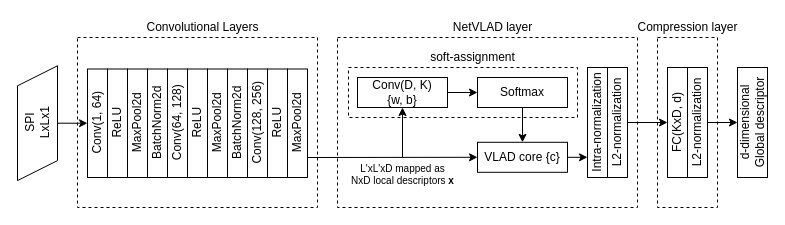
The draw.io diagram Untitled Diagram.drawio in li-yanhao/large-scale-pointcloud-matching, before the edit. Source tidied: cells renumbered, new cells numbered last; positions are measured from the earlier drawing's top-left corner, leaving out a move shared by most shapes. Both pictures are drawn from the tidied source at 100%, with x=0, y=0 at pixel (17, 17).
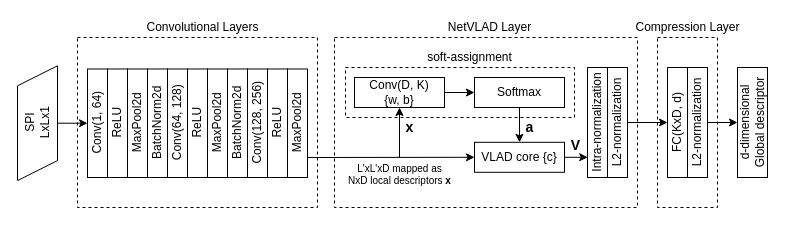
Above is the later version.

The change refers to these unchanged cells:
```xml
<mxCell id="31" value="Intra-normalization" style="rounded=0;whiteSpace=wrap;html=1;fillColor=none;fontColor=none;horizontal=0;" parent="1" vertex="1">
  <mxGeometry x="570" y="50" width="20" height="110" as="geometry" />
</mxCell>
```

The edit, as a diff of the source:
```diff
@@
     <mxCell id="2" style="rounded=0;whiteSpace=wrap;html=1;noLabel=1;fontColor=none;fillColor=none;dashed=1;" parent="1" vertex="1">
-      <mxGeometry x="320" y="20" width="300" height="170" as="geometry" />
+      <mxGeometry x="317" y="20" width="303" height="170" as="geometry" />
     </mxCell>
@@
     <mxCell id="4" style="rounded=0;whiteSpace=wrap;html=1;noLabel=1;fontColor=none;fillColor=none;dashed=1;" parent="1" vertex="1">
-      <mxGeometry x="331" y="50" width="229" height="50" as="geometry" />
+      <mxGeometry x="328" y="50" width="229" height="50" as="geometry" />
     </mxCell>
@@
     <mxCell id="20" style="endArrow=classic;html=1;entryX=0.5;entryY=1;entryDx=0;entryDy=0;" parent="1" edge="1" target="22">
       <mxGeometry relative="1" as="geometry">
-        <mxPoint x="385" y="140" as="sourcePoint" />
+        <mxPoint x="382" y="140" as="sourcePoint" />
       </mxGeometry>
     </mxCell>
@@
     <mxCell id="22" value="Conv(D, K)&lt;br&gt;{w, b}" style="rounded=0;whiteSpace=wrap;html=1;fillColor=none;fontColor=none;" parent="1" vertex="1">
-      <mxGeometry x="340" y="60" width="90" height="30" as="geometry" />
+      <mxGeometry x="337" y="60" width="90" height="30" as="geometry" />
     </mxCell>
     <mxCell id="23" value="Softmax" style="rounded=0;whiteSpace=wrap;html=1;fillColor=none;fontColor=none;" parent="1" vertex="1">
-      <mxGeometry x="460" y="60" width="90" height="30" as="geometry" />
+      <mxGeometry x="457" y="60" width="90" height="30" as="geometry" />
     </mxCell>
-    <mxCell id="24" value="NetVLAD layer" style="text;html=1;align=center;verticalAlign=middle;fontColor=none;" parent="1" vertex="1">
-      <mxGeometry x="430" width="90" height="20" as="geometry" />
+    <mxCell id="24" value="NetVLAD Layer" style="text;html=1;align=center;verticalAlign=middle;fontColor=none;" parent="1" vertex="1">
+      <mxGeometry x="422" width="100" height="20" as="geometry" />
     </mxCell>
     <mxCell id="25" value="soft-assignment" style="text;html=1;align=center;verticalAlign=middle;fontColor=none;" parent="1" vertex="1">
-      <mxGeometry x="405" y="30" width="100" height="20" as="geometry" />
+      <mxGeometry x="402" y="30" width="100" height="20" as="geometry" />
     </mxCell>
-    <mxCell id="26" style="edgeStyle=orthogonalEdgeStyle;rounded=0;jettySize=auto;html=1;" parent="1" edge="1" source="27">
-      <mxGeometry relative="1" as="geometry">
-        <mxPoint x="570" y="140" as="targetPoint" />
-      </mxGeometry>
+    <mxCell id="26" style="edgeStyle=orthogonalEdgeStyle;rounded=0;jettySize=auto;html=1;entryX=0.011;entryY=0.817;entryDx=0;entryDy=0;entryPerimeter=0;" parent="1" edge="1" source="27" target="31">
+      <mxGeometry relative="1" as="geometry" />
     </mxCell>
     <mxCell id="27" value="VLAD core {c}" style="rounded=0;whiteSpace=wrap;html=1;fillColor=none;fontColor=none;" parent="1" vertex="1">
-      <mxGeometry x="460" y="124.8" width="90" height="30" as="geometry" />
+      <mxGeometry x="457" y="124.8" width="90" height="30" as="geometry" />
     </mxCell>
@@
     <mxCell id="29" value="L'xL'xD mapped as &lt;br style=&quot;font-size: 10px&quot;&gt;NxD local descriptors &lt;b style=&quot;font-size: 10px&quot;&gt;x&lt;/b&gt;" style="text;html=1;align=center;verticalAlign=middle;fontColor=none;fontSize=10;" parent="1" vertex="1">
-      <mxGeometry x="315" y="142" width="140" height="30" as="geometry" />
+      <mxGeometry x="312" y="142" width="140" height="30" as="geometry" />
     </mxCell>
@@
-    <mxCell id="36" value="Compression layer" style="text;html=1;align=center;verticalAlign=middle;fontColor=none;" parent="1" vertex="1">
+    <mxCell id="36" value="Compression Layer" style="text;html=1;align=center;verticalAlign=middle;fontColor=none;" parent="1" vertex="1">
       <mxGeometry x="610" width="120" height="20" as="geometry" />
     </mxCell>
@@
+    <mxCell id="39" value="&lt;font style=&quot;font-size: 14px&quot;&gt;x&lt;/font&gt;" style="text;html=1;align=center;verticalAlign=middle;fillColor=none;strokeColor=none;rounded=0;fontStyle=1;" parent="1" vertex="1">
+      <mxGeometry x="382" y="100" width="20" height="20" as="geometry" />
+    </mxCell>
+    <mxCell id="40" value="&lt;font style=&quot;font-size: 14px&quot;&gt;a&lt;/font&gt;" style="text;html=1;align=center;verticalAlign=middle;fillColor=none;strokeColor=none;rounded=0;fontStyle=1;" parent="1" vertex="1">
+      <mxGeometry x="502" y="100" width="20" height="20" as="geometry" />
+    </mxCell>
+    <mxCell id="41" value="&lt;font style=&quot;font-size: 14px&quot;&gt;V&lt;/font&gt;" style="text;html=1;align=center;verticalAlign=middle;fillColor=none;strokeColor=none;rounded=0;fontStyle=1;" parent="1" vertex="1">
+      <mxGeometry x="543" y="118" width="30" height="20" as="geometry" />
+    </mxCell>
```
